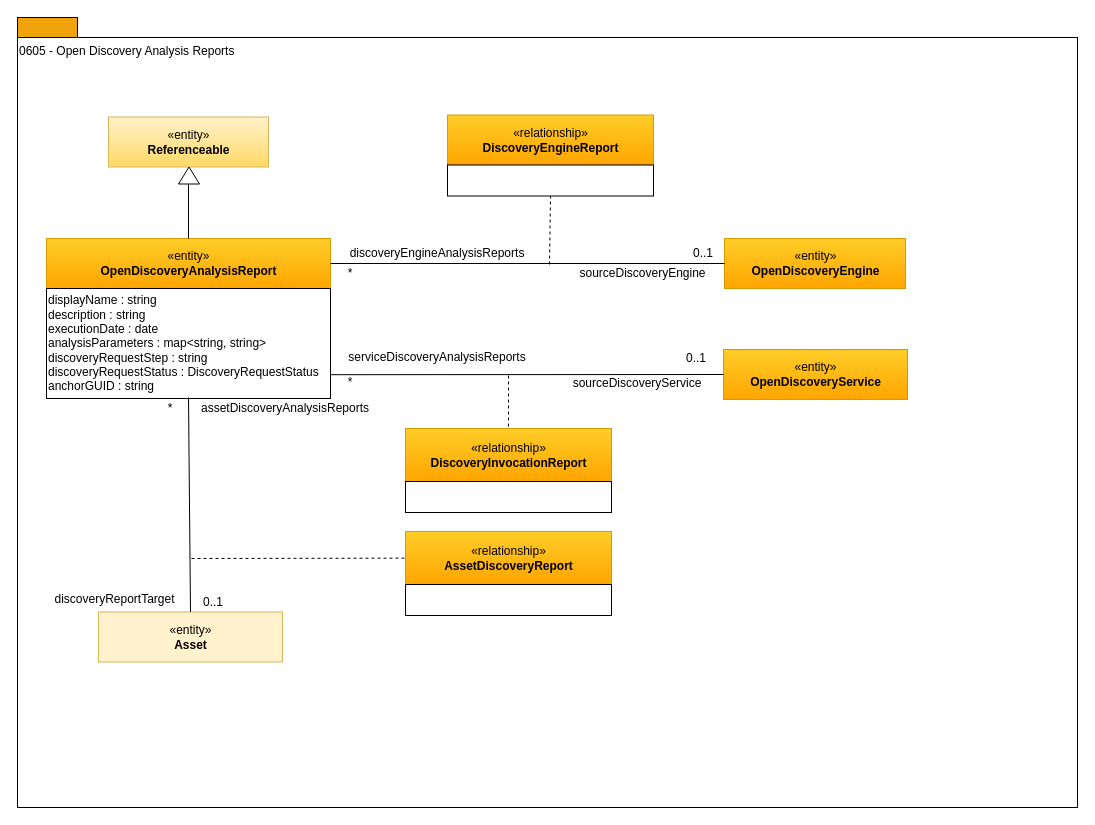
The draw.io diagram page "0605 - Discovery Analysis Reports" (5 of 18) of open-metadata-publication/website/open-metadata-types/area-6-discovery.drawio in planetf1/egeria, before the edit. Source tidied: cells renumbered, new cells numbered last; positions are measured from the earlier drawing's top-left corner, leaving out a move shared by most shapes. Both pictures are drawn from the tidied source at 100%, with x=0, y=0 at pixel (17, 17).
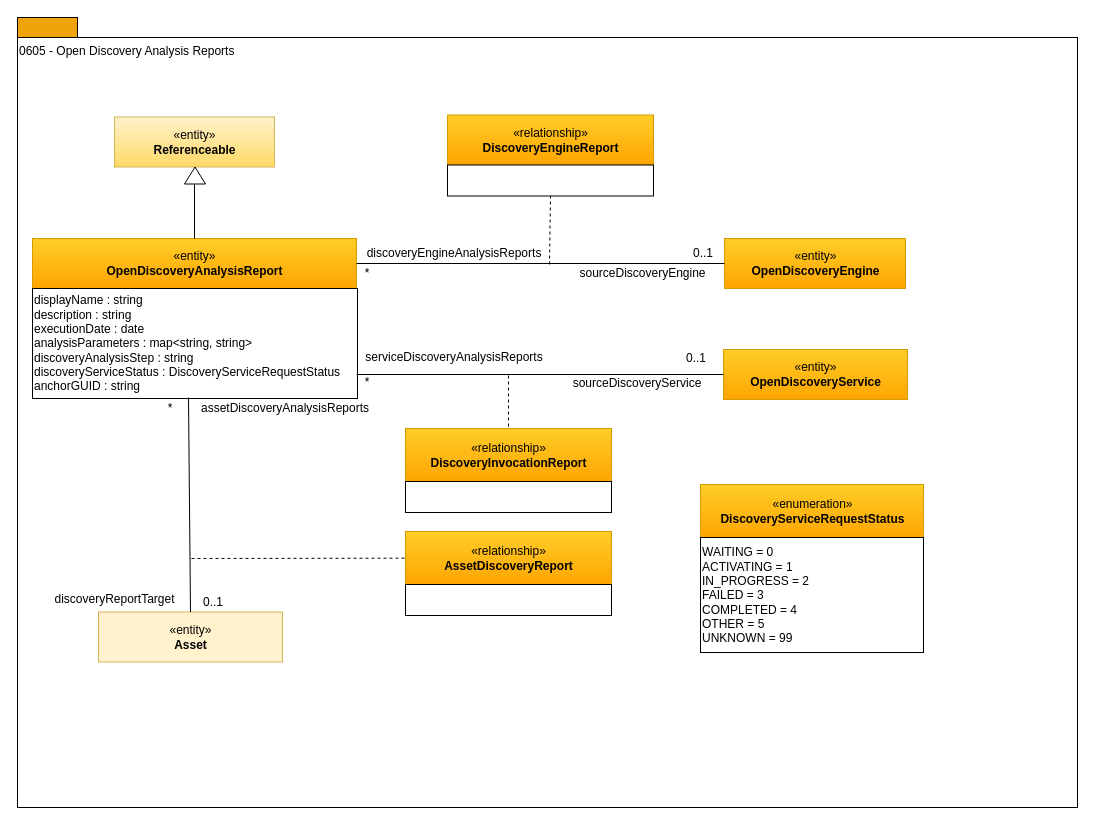
Above is the later version.

Unchanged cells that the change refers to:
```xml
<mxCell id="13" value="«entity»&lt;br&gt;&lt;b&gt;OpenDiscoveryService&lt;/b&gt;" style="html=1;strokeColor=#d79b00;align=center;fillColor=#ffcd28;gradientColor=#ffa500;" parent="1" vertex="1">
  <mxGeometry x="706" y="332" width="184" height="50" as="geometry" />
</mxCell>
```

The edit, as a diff of the source:
```diff
@@
     <mxCell id="4" value="«entity»&lt;br&gt;&lt;b&gt;OpenDiscoveryAnalysisReport&lt;/b&gt;" style="html=1;strokeColor=#d79b00;align=center;fillColor=#ffcd28;gradientColor=#ffa500;" parent="1" vertex="1">
-      <mxGeometry x="29" y="221" width="284" height="50" as="geometry" />
+      <mxGeometry x="15" y="221" width="324" height="50" as="geometry" />
     </mxCell>
-    <mxCell id="5" value="displayName : string&lt;br&gt;description : string&lt;br&gt;executionDate : date&lt;br&gt;&lt;div style=&quot;text-align: left&quot;&gt;&lt;span&gt;analysisParameters : map&amp;lt;string, string&amp;gt;&lt;/span&gt;&lt;/div&gt;&lt;div style=&quot;text-align: left&quot;&gt;&lt;span&gt;discoveryRequestStep : string&lt;/span&gt;&lt;/div&gt;&lt;div style=&quot;text-align: left&quot;&gt;&lt;span&gt;discoveryRequestStatus : DiscoveryRequestStatus&lt;/span&gt;&lt;/div&gt;&lt;div style=&quot;text-align: left&quot;&gt;&lt;span&gt;anchorGUID : string&lt;/span&gt;&lt;/div&gt;" style="rounded=0;whiteSpace=wrap;html=1;strokeColor=#000000;gradientColor=#ffffff;align=left;" parent="1" vertex="1">
-      <mxGeometry x="29" y="271" width="284" height="110" as="geometry" />
+    <mxCell id="5" value="displayName : string&lt;br&gt;description : string&lt;br&gt;executionDate : date&lt;br&gt;&lt;div style=&quot;text-align: left&quot;&gt;&lt;span&gt;analysisParameters : map&amp;lt;string, string&amp;gt;&lt;/span&gt;&lt;/div&gt;&lt;div style=&quot;text-align: left&quot;&gt;&lt;span&gt;discoveryAnalysisStep : string&lt;/span&gt;&lt;/div&gt;&lt;div style=&quot;text-align: left&quot;&gt;&lt;span&gt;discoveryServiceStatus : DiscoveryServiceRequestStatus&lt;/span&gt;&lt;/div&gt;&lt;div style=&quot;text-align: left&quot;&gt;&lt;span&gt;anchorGUID : string&lt;/span&gt;&lt;/div&gt;" style="rounded=0;whiteSpace=wrap;html=1;strokeColor=#000000;gradientColor=#ffffff;align=left;" parent="1" vertex="1">
+      <mxGeometry x="15" y="271" width="325" height="110" as="geometry" />
     </mxCell>
@@
+    <mxCell id="36" style="edgeStyle=orthogonalEdgeStyle;rounded=0;jettySize=auto;html=1;endArrow=none;endFill=0;" parent="1" edge="1" source="7" target="4">
+      <mxGeometry relative="1" as="geometry" />
+    </mxCell>
     <mxCell id="7" value="«entity»&lt;br&gt;&lt;b&gt;Referenceable&lt;/b&gt;" style="html=1;strokeColor=#d6b656;align=center;fillColor=#fff2cc;gradientColor=#ffd966;" parent="1" vertex="1">
-      <mxGeometry x="91" y="99.5" width="160" height="50" as="geometry" />
+      <mxGeometry x="97" y="99.5" width="160" height="50" as="geometry" />
     </mxCell>
     <mxCell id="8" style="triangle;whiteSpace=wrap;html=1;strokeColor=#000000;gradientColor=#ffffff;align=center;rotation=-90;" parent="1" vertex="1">
-      <mxGeometry x="163" y="147.5" width="17" height="21" as="geometry" />
+      <mxGeometry x="169" y="147.5" width="17" height="21" as="geometry" />
     </mxCell>
@@
     <mxCell id="17" value="*" style="text;html=1;strokeColor=none;fillColor=none;align=center;verticalAlign=middle;whiteSpace=wrap;rounded=0;" parent="1" vertex="1">
-      <mxGeometry x="313" y="355" width="40" height="20" as="geometry" />
+      <mxGeometry x="330" y="355" width="40" height="20" as="geometry" />
     </mxCell>
@@
     <mxCell id="19" value="*" style="text;html=1;strokeColor=none;fillColor=none;align=center;verticalAlign=middle;whiteSpace=wrap;rounded=0;" parent="1" vertex="1">
-      <mxGeometry x="313" y="246" width="40" height="20" as="geometry" />
+      <mxGeometry x="330" y="246" width="40" height="20" as="geometry" />
     </mxCell>
@@
     <mxCell id="23" value="serviceDiscoveryAnalysisReports" style="text;html=1;strokeColor=none;fillColor=none;align=center;verticalAlign=middle;whiteSpace=wrap;rounded=0;" parent="1" vertex="1">
-      <mxGeometry x="317" y="329.5" width="206" height="20" as="geometry" />
+      <mxGeometry x="334" y="329.5" width="206" height="20" as="geometry" />
     </mxCell>
@@
-    <mxCell id="25" style="endArrow=none;html=1;entryX=0;entryY=0.5;exitX=1;exitY=0.75;" parent="1" edge="1" target="13">
+    <mxCell id="25" style="endArrow=none;html=1;entryX=0;entryY=0.5;" parent="1" edge="1" target="13">
       <mxGeometry relative="1" as="geometry">
-        <mxPoint x="313" y="357.2" as="sourcePoint" />
+        <mxPoint x="339" y="357" as="sourcePoint" />
       </mxGeometry>
     </mxCell>
     <mxCell id="26" value="discoveryEngineAnalysisReports" style="text;html=1;strokeColor=none;fillColor=none;align=center;verticalAlign=middle;whiteSpace=wrap;rounded=0;" parent="1" vertex="1">
-      <mxGeometry x="317" y="226" width="206" height="20" as="geometry" />
+      <mxGeometry x="334" y="226" width="206" height="20" as="geometry" />
     </mxCell>
@@
+    <mxCell id="37" value="«enumeration»&lt;br&gt;&lt;b&gt;DiscoveryServiceRequestStatus&lt;/b&gt;" style="html=1;strokeColor=#d79b00;align=center;fillColor=#ffcd28;gradientColor=#ffa500;" parent="1" vertex="1">
+      <mxGeometry x="683" y="467" width="223" height="53" as="geometry" />
+    </mxCell>
+    <mxCell id="38" value="WAITING = 0&lt;br&gt;ACTIVATING = 1&lt;br&gt;IN_PROGRESS = 2&lt;br&gt;FAILED = 3&lt;br&gt;COMPLETED = 4&lt;br&gt;OTHER = 5&lt;br&gt;UNKNOWN = 99" style="rounded=0;whiteSpace=wrap;html=1;strokeColor=#000000;gradientColor=#ffffff;align=left;" parent="1" vertex="1">
+      <mxGeometry x="683" y="520" width="223" height="115" as="geometry" />
+    </mxCell>
```
